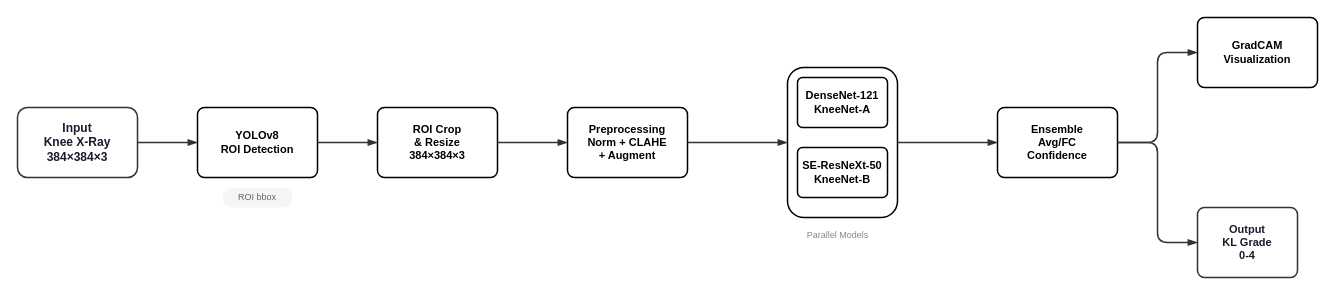
The draw.io diagram docs/diagram/inference-pipeline.drawio in mkai-xlab/mkaix.healthsynml, before the edit. Source tidied: cells renumbered, new cells numbered last; positions are measured from the earlier drawing's top-left corner, leaving out a move shared by most shapes. Both pictures are drawn from the tidied source at 100%, with x=0, y=0 at pixel (17, 17).
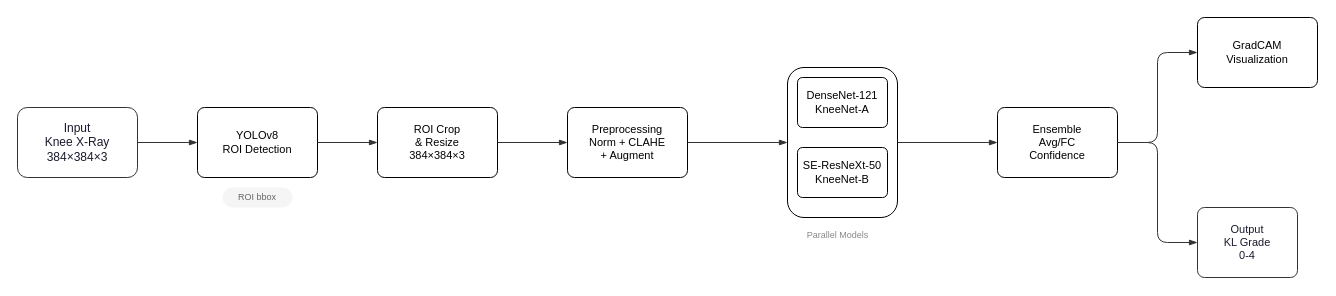
After the change.

What changed in the source:
```diff
@@
-    <mxCell id="2" value="Input&#10;Knee X-Ray&#10;384×384×3" style="rounded=1;arcSize=14;whiteSpace=wrap;html=1;fillColor=#ffffff;strokeColor=#333333;strokeWidth=1.5;fontColor=#1a1a2e;fontSize=12;fontStyle=1;align=center;verticalAlign=middle;" parent="1" vertex="1">
+    <mxCell id="2" value="Input&#10;Knee X-Ray&#10;384×384×3" style="rounded=1;arcSize=14;whiteSpace=wrap;html=1;fillColor=#ffffff;strokeColor=#333333;strokeWidth=1;fontColor=#1a1a2e;fontSize=12;fontStyle=0;align=center;verticalAlign=middle;" parent="1" vertex="1">
       <mxGeometry y="90" width="120" height="70" as="geometry" />
     </mxCell>
-    <mxCell id="3" value="YOLOv8&#10;ROI Detection" style="rounded=1;arcSize=10;whiteSpace=wrap;html=1;strokeWidth=1.5;fontSize=11;fontStyle=1;align=center;verticalAlign=middle;" parent="1" vertex="1">
+    <mxCell id="3" value="YOLOv8&#10;ROI Detection" style="rounded=1;arcSize=10;whiteSpace=wrap;html=1;strokeWidth=1;fontSize=11;fontStyle=0;align=center;verticalAlign=middle;" parent="1" vertex="1">
       <mxGeometry x="180" y="90" width="120" height="70" as="geometry" />
     </mxCell>
-    <mxCell id="4" value="ROI bbox" style="rounded=1;arcSize=50;whiteSpace=wrap;html=1;fillColor=#f5f5f5;strokeColor=none;strokeWidth=0;fontColor=#666666;fontSize=9;align=center;verticalAlign=middle;" parent="1" vertex="1">
+    <mxCell id="4" value="ROI bbox" style="rounded=1;arcSize=50;whiteSpace=wrap;html=1;fillColor=#f5f5f5;strokeColor=none;strokeWidth=1;fontColor=#666666;fontSize=9;align=center;verticalAlign=middle;fontStyle=0;" parent="1" vertex="1">
       <mxGeometry x="205" y="170" width="70" height="20" as="geometry" />
     </mxCell>
-    <mxCell id="5" value="ROI Crop&#10;&amp; Resize&#10;384×384×3" style="rounded=1;arcSize=10;whiteSpace=wrap;html=1;strokeWidth=1.5;fontSize=11;fontStyle=1;align=center;verticalAlign=middle;" parent="1" vertex="1">
+    <mxCell id="5" value="ROI Crop&#10;&amp;amp; Resize&#10;384×384×3" style="rounded=1;arcSize=10;whiteSpace=wrap;html=1;strokeWidth=1;fontSize=11;fontStyle=0;align=center;verticalAlign=middle;" parent="1" vertex="1">
       <mxGeometry x="360" y="90" width="120" height="70" as="geometry" />
     </mxCell>
-    <mxCell id="6" value="Preprocessing&#10;Norm + CLAHE&#10;+ Augment" style="rounded=1;arcSize=10;whiteSpace=wrap;html=1;strokeWidth=1.5;fontSize=11;fontStyle=1;align=center;verticalAlign=middle;" parent="1" vertex="1">
+    <mxCell id="6" value="Preprocessing&#10;Norm + CLAHE&#10;+ Augment" style="rounded=1;arcSize=10;whiteSpace=wrap;html=1;strokeWidth=1;fontSize=11;fontStyle=0;align=center;verticalAlign=middle;" parent="1" vertex="1">
       <mxGeometry x="550" y="90" width="120" height="70" as="geometry" />
     </mxCell>
-    <mxCell id="7" style="rounded=1;arcSize=15;whiteSpace=wrap;html=1;strokeWidth=1.5;fontSize=11;align=center;verticalAlign=top;" parent="1" vertex="1">
+    <mxCell id="7" style="rounded=1;arcSize=15;whiteSpace=wrap;html=1;strokeWidth=1;fontSize=11;align=center;verticalAlign=top;fontStyle=0;" parent="1" vertex="1">
       <mxGeometry x="770" y="50" width="110" height="150" as="geometry" />
     </mxCell>
-    <mxCell id="8" value="DenseNet-121&#10;KneeNet-A" style="rounded=1;arcSize=10;whiteSpace=wrap;html=1;strokeWidth=1.5;fontSize=11;fontStyle=1;align=center;verticalAlign=middle;" parent="1" vertex="1">
+    <mxCell id="8" value="DenseNet-121&#10;KneeNet-A" style="rounded=1;arcSize=10;whiteSpace=wrap;html=1;strokeWidth=1;fontSize=11;fontStyle=0;align=center;verticalAlign=middle;" parent="1" vertex="1">
       <mxGeometry x="780" y="60" width="90" height="50" as="geometry" />
     </mxCell>
-    <mxCell id="9" value="SE-ResNeXt-50&#10;KneeNet-B" style="rounded=1;arcSize=10;whiteSpace=wrap;html=1;strokeWidth=1.5;fontSize=11;fontStyle=1;align=center;verticalAlign=middle;" parent="1" vertex="1">
+    <mxCell id="9" value="SE-ResNeXt-50&#10;KneeNet-B" style="rounded=1;arcSize=10;whiteSpace=wrap;html=1;strokeWidth=1;fontSize=11;fontStyle=0;align=center;verticalAlign=middle;" parent="1" vertex="1">
       <mxGeometry x="780" y="130" width="90" height="50" as="geometry" />
     </mxCell>
-    <mxCell id="10" value="Parallel Models" style="text;html=1;align=center;verticalAlign=middle;fontSize=9;fontColor=#888888;" parent="1" vertex="1">
+    <mxCell id="10" value="Parallel Models" style="text;html=1;align=center;verticalAlign=middle;fontSize=9;fontColor=#888888;strokeWidth=1;fontStyle=0;" parent="1" vertex="1">
       <mxGeometry x="780" y="210" width="80" height="16" as="geometry" />
     </mxCell>
-    <mxCell id="11" value="Ensemble&#10;Avg/FC&#10;Confidence" style="rounded=1;arcSize=10;whiteSpace=wrap;html=1;strokeWidth=1.5;fontSize=11;fontStyle=1;align=center;verticalAlign=middle;" parent="1" vertex="1">
+    <mxCell id="11" value="Ensemble&#10;Avg/FC&#10;Confidence" style="rounded=1;arcSize=10;whiteSpace=wrap;html=1;strokeWidth=1;fontSize=11;fontStyle=0;align=center;verticalAlign=middle;" parent="1" vertex="1">
       <mxGeometry x="980" y="90" width="120" height="70" as="geometry" />
     </mxCell>
-    <mxCell id="12" value="GradCAM&#10;Visualization" style="rounded=1;arcSize=10;whiteSpace=wrap;html=1;strokeWidth=1.5;fontSize=11;fontStyle=1;align=center;verticalAlign=middle;" parent="1" vertex="1">
+    <mxCell id="12" value="GradCAM&#10;Visualization" style="rounded=1;arcSize=10;whiteSpace=wrap;html=1;strokeWidth=1;fontSize=11;fontStyle=0;align=center;verticalAlign=middle;" parent="1" vertex="1">
       <mxGeometry x="1180" width="120" height="70" as="geometry" />
     </mxCell>
-    <mxCell id="13" value="Output&#10;KL Grade&#10;0-4" style="rounded=1;arcSize=10;whiteSpace=wrap;html=1;fillColor=#ffffff;strokeColor=#333333;strokeWidth=1.5;fontColor=#1a1a2e;fontSize=11;fontStyle=1;align=center;verticalAlign=middle;" parent="1" vertex="1">
+    <mxCell id="13" value="Output&#10;KL Grade&#10;0-4" style="rounded=1;arcSize=10;whiteSpace=wrap;html=1;fillColor=#ffffff;strokeColor=#333333;strokeWidth=1;fontColor=#1a1a2e;fontSize=11;fontStyle=0;align=center;verticalAlign=middle;" parent="1" vertex="1">
       <mxGeometry x="1180" y="190" width="100" height="70" as="geometry" />
     </mxCell>
-    <mxCell id="14" style="edgeStyle=orthogonalEdgeStyle;rounded=1;jettySize=auto;html=1;strokeColor=#333333;strokeWidth=1.5;endArrow=blockThin;endFill=1;exitX=1;exitY=0.5;exitDx=0;exitDy=0;entryX=0;entryY=0.5;entryDx=0;entryDy=0;" parent="1" edge="1" source="2" target="3">
+    <mxCell id="14" style="edgeStyle=orthogonalEdgeStyle;rounded=1;jettySize=auto;html=1;strokeColor=#333333;strokeWidth=1;endArrow=blockThin;endFill=1;exitX=1;exitY=0.5;exitDx=0;exitDy=0;entryX=0;entryY=0.5;entryDx=0;entryDy=0;fontStyle=0;" parent="1" edge="1" source="2" target="3">
       <mxGeometry relative="1" as="geometry" />
     </mxCell>
-    <mxCell id="15" style="edgeStyle=orthogonalEdgeStyle;rounded=1;jettySize=auto;html=1;strokeColor=#333333;strokeWidth=1.5;endArrow=blockThin;endFill=1;exitX=1;exitY=0.5;exitDx=0;exitDy=0;entryX=0;entryY=0.5;entryDx=0;entryDy=0;" parent="1" edge="1" source="3" target="5">
+    <mxCell id="15" style="edgeStyle=orthogonalEdgeStyle;rounded=1;jettySize=auto;html=1;strokeColor=#333333;strokeWidth=1;endArrow=blockThin;endFill=1;exitX=1;exitY=0.5;exitDx=0;exitDy=0;entryX=0;entryY=0.5;entryDx=0;entryDy=0;fontStyle=0;" parent="1" edge="1" source="3" target="5">
       <mxGeometry relative="1" as="geometry" />
     </mxCell>
-    <mxCell id="16" style="edgeStyle=orthogonalEdgeStyle;rounded=1;jettySize=auto;html=1;strokeColor=#333333;strokeWidth=1.5;endArrow=blockThin;endFill=1;exitX=1;exitY=0.5;exitDx=0;exitDy=0;entryX=0;entryY=0.5;entryDx=0;entryDy=0;" parent="1" edge="1" source="5" target="6">
+    <mxCell id="16" style="edgeStyle=orthogonalEdgeStyle;rounded=1;jettySize=auto;html=1;strokeColor=#333333;strokeWidth=1;endArrow=blockThin;endFill=1;exitX=1;exitY=0.5;exitDx=0;exitDy=0;entryX=0;entryY=0.5;entryDx=0;entryDy=0;fontStyle=0;" parent="1" edge="1" source="5" target="6">
       <mxGeometry relative="1" as="geometry" />
     </mxCell>
-    <mxCell id="17" style="edgeStyle=orthogonalEdgeStyle;rounded=1;jettySize=auto;html=1;strokeColor=#333333;strokeWidth=1.5;endArrow=blockThin;endFill=1;exitX=1;exitY=0.5;exitDx=0;exitDy=0;entryX=0;entryY=0.5;entryDx=0;entryDy=0;" parent="1" edge="1" source="6" target="7">
+    <mxCell id="17" style="edgeStyle=orthogonalEdgeStyle;rounded=1;jettySize=auto;html=1;strokeColor=#333333;strokeWidth=1;endArrow=blockThin;endFill=1;exitX=1;exitY=0.5;exitDx=0;exitDy=0;entryX=0;entryY=0.5;entryDx=0;entryDy=0;fontStyle=0;" parent="1" edge="1" source="6" target="7">
       <mxGeometry relative="1" as="geometry" />
     </mxCell>
-    <mxCell id="18" style="edgeStyle=orthogonalEdgeStyle;rounded=1;jettySize=auto;html=1;strokeColor=#333333;strokeWidth=1.5;endArrow=blockThin;endFill=1;exitX=1;exitY=0.5;exitDx=0;exitDy=0;entryX=0;entryY=0.5;entryDx=0;entryDy=0;" parent="1" edge="1" source="7" target="11">
+    <mxCell id="18" style="edgeStyle=orthogonalEdgeStyle;rounded=1;jettySize=auto;html=1;strokeColor=#333333;strokeWidth=1;endArrow=blockThin;endFill=1;exitX=1;exitY=0.5;exitDx=0;exitDy=0;entryX=0;entryY=0.5;entryDx=0;entryDy=0;fontStyle=0;" parent="1" edge="1" source="7" target="11">
       <mxGeometry relative="1" as="geometry" />
     </mxCell>
-    <mxCell id="19" style="edgeStyle=orthogonalEdgeStyle;rounded=1;jettySize=auto;html=1;strokeColor=#333333;strokeWidth=1.5;endArrow=blockThin;endFill=1;exitX=1;exitY=0.5;exitDx=0;exitDy=0;entryX=0;entryY=0.5;entryDx=0;entryDy=0;" parent="1" edge="1" source="11" target="12">
+    <mxCell id="19" style="edgeStyle=orthogonalEdgeStyle;rounded=1;jettySize=auto;html=1;strokeColor=#333333;strokeWidth=1;endArrow=blockThin;endFill=1;exitX=1;exitY=0.5;exitDx=0;exitDy=0;entryX=0;entryY=0.5;entryDx=0;entryDy=0;fontStyle=0;" parent="1" edge="1" source="11" target="12">
       <mxGeometry relative="1" as="geometry" />
     </mxCell>
-    <mxCell id="20" style="edgeStyle=orthogonalEdgeStyle;rounded=1;jettySize=auto;html=1;strokeColor=#333333;strokeWidth=1.5;endArrow=blockThin;endFill=1;entryX=0;entryY=0.5;entryDx=0;entryDy=0;" parent="1" edge="1" source="11" target="13">
+    <mxCell id="20" style="edgeStyle=orthogonalEdgeStyle;rounded=1;jettySize=auto;html=1;strokeColor=#333333;strokeWidth=1;endArrow=blockThin;endFill=1;entryX=0;entryY=0.5;entryDx=0;entryDy=0;fontStyle=0;" parent="1" edge="1" source="11" target="13">
       <mxGeometry relative="1" as="geometry" />
     </mxCell>
```
